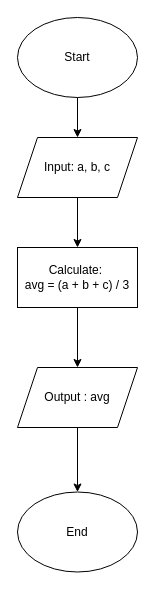
Earlier version of the draw.io diagram Untitled Diagram.drawio (AkaiZed/flowchat). Source tidied: cells renumbered, new cells numbered last; positions are measured from the earlier drawing's top-left corner, leaving out a move shared by most shapes. Both pictures are drawn from the tidied source at 100%, with x=0, y=0 at pixel (17, 17).
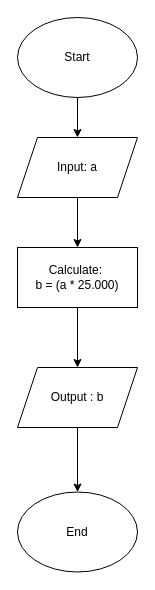
The same diagram, later.

Change to the diagram source:
```diff
@@
 <mxGraphModel>
   <root>
     <mxCell id="0" />
     <mxCell id="1" parent="0" />
     <mxCell id="2" value="Start" style="ellipse;whiteSpace=wrap;html=1;" parent="1" vertex="1">
       <mxGeometry width="120" height="80" as="geometry" />
     </mxCell>
     <mxCell id="3" value="End" style="ellipse;whiteSpace=wrap;html=1;" parent="1" vertex="1">
       <mxGeometry y="474.5" width="120" height="80" as="geometry" />
     </mxCell>
-    <mxCell id="4" value="Input: a, b, c" style="shape=parallelogram;perimeter=parallelogramPerimeter;whiteSpace=wrap;html=1;fixedSize=1;" parent="1" vertex="1">
+    <mxCell id="4" value="Input: a" style="shape=parallelogram;perimeter=parallelogramPerimeter;whiteSpace=wrap;html=1;fixedSize=1;" parent="1" vertex="1">
       <mxGeometry y="120" width="120" height="60" as="geometry" />
     </mxCell>
-    <mxCell id="5" value="Output : avg" style="shape=parallelogram;perimeter=parallelogramPerimeter;whiteSpace=wrap;html=1;fixedSize=1;" parent="1" vertex="1">
+    <mxCell id="5" value="Output : b" style="shape=parallelogram;perimeter=parallelogramPerimeter;whiteSpace=wrap;html=1;fixedSize=1;" parent="1" vertex="1">
       <mxGeometry y="350" width="120" height="60" as="geometry" />
     </mxCell>
-    <mxCell id="6" value="Calculate:&amp;nbsp;&lt;div&gt;avg = (a + b + c) / 3&lt;/div&gt;" style="rounded=0;whiteSpace=wrap;html=1;" parent="1" vertex="1">
+    <mxCell id="6" value="Calculate:&amp;nbsp;&lt;div&gt;b = (a * 25.000)&lt;/div&gt;" style="rounded=0;whiteSpace=wrap;html=1;" parent="1" vertex="1">
       <mxGeometry y="230" width="120" height="60" as="geometry" />
     </mxCell>
     <mxCell id="7" style="endArrow=classic;html=1;rounded=0;exitX=0.5;exitY=1;exitDx=0;exitDy=0;entryX=0.5;entryY=0;entryDx=0;entryDy=0;" parent="1" edge="1" source="2" target="4">
       <mxGeometry relative="1" as="geometry" />
     </mxCell>
     <mxCell id="8" style="endArrow=classic;html=1;rounded=0;exitX=0.5;exitY=1;exitDx=0;exitDy=0;entryX=0.5;entryY=0;entryDx=0;entryDy=0;" parent="1" edge="1" source="4" target="6">
       <mxGeometry relative="1" as="geometry" />
     </mxCell>
     <mxCell id="9" style="endArrow=classic;html=1;rounded=0;exitX=0.5;exitY=1;exitDx=0;exitDy=0;entryX=0.5;entryY=0;entryDx=0;entryDy=0;" parent="1" edge="1" source="6" target="5">
       <mxGeometry relative="1" as="geometry" />
     </mxCell>
     <mxCell id="10" style="endArrow=classic;html=1;rounded=0;exitX=0.5;exitY=1;exitDx=0;exitDy=0;" parent="1" edge="1" source="5" target="3">
       <mxGeometry relative="1" as="geometry" />
     </mxCell>
   </root>
 </mxGraphModel>
```
